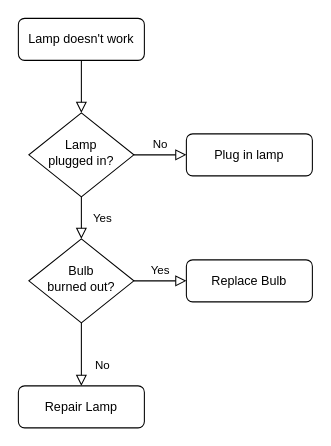
Above: 配置文件模块.drawio in bangyanli/story (draw.io), before the change. Source tidied: cells renumbered, new cells numbered last; positions are measured from the earlier drawing's top-left corner, leaving out a move shared by most shapes. Both pictures are drawn from the tidied source at 105%, with x=0, y=0 at pixel (18, 18).
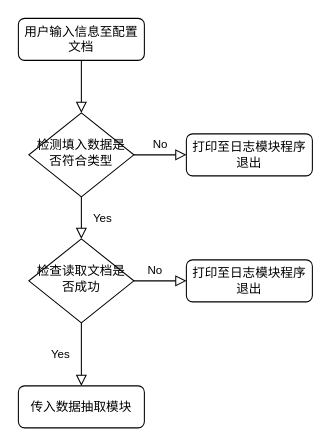
The same page after the edit.

Commit message:
Update 配置文件模块.drawio

Change to the diagram source:
```diff
@@
 <mxGraphModel>
   <root>
     <mxCell id="0" />
     <mxCell id="1" parent="0" />
     <mxCell id="2" style="rounded=0;html=1;jettySize=auto;fontSize=11;endArrow=block;endFill=0;endSize=8;strokeWidth=1;shadow=0;labelBackgroundColor=none;edgeStyle=orthogonalEdgeStyle;" parent="1" edge="1" source="3" target="6">
       <mxGeometry relative="1" as="geometry" />
     </mxCell>
-    <mxCell id="3" value="Lamp doesn't work" style="rounded=1;whiteSpace=wrap;html=1;fontSize=12;glass=0;strokeWidth=1;shadow=0;" parent="1" vertex="1">
+    <mxCell id="3" value="用户输入信息至配置文档" style="rounded=1;whiteSpace=wrap;html=1;fontSize=12;glass=0;strokeWidth=1;shadow=0;" parent="1" vertex="1">
       <mxGeometry width="120" height="40" as="geometry" />
     </mxCell>
     <mxCell id="4" value="Yes" style="rounded=0;html=1;jettySize=auto;fontSize=11;endArrow=block;endFill=0;endSize=8;strokeWidth=1;shadow=0;labelBackgroundColor=none;edgeStyle=orthogonalEdgeStyle;" parent="1" edge="1" source="6" target="10">
       <mxGeometry y="20" relative="1" as="geometry" />
     </mxCell>
     <mxCell id="5" value="No" style="edgeStyle=orthogonalEdgeStyle;rounded=0;html=1;jettySize=auto;fontSize=11;endArrow=block;endFill=0;endSize=8;strokeWidth=1;shadow=0;labelBackgroundColor=none;" parent="1" edge="1" source="6" target="7">
       <mxGeometry y="10" relative="1" as="geometry" />
     </mxCell>
-    <mxCell id="6" value="Lamp&lt;br&gt;plugged in?" style="rhombus;whiteSpace=wrap;html=1;shadow=0;fontFamily=Helvetica;fontSize=12;align=center;strokeWidth=1;spacing=6;spacingTop=-4;" parent="1" vertex="1">
+    <mxCell id="6" value="检测填入数据是否符合类型" style="rhombus;whiteSpace=wrap;html=1;shadow=0;fontFamily=Helvetica;fontSize=12;align=center;strokeWidth=1;spacing=6;spacingTop=-4;" parent="1" vertex="1">
       <mxGeometry x="10" y="90" width="100" height="80" as="geometry" />
     </mxCell>
-    <mxCell id="7" value="Plug in lamp" style="rounded=1;whiteSpace=wrap;html=1;fontSize=12;glass=0;strokeWidth=1;shadow=0;" parent="1" vertex="1">
+    <mxCell id="7" value="打印至日志模块程序退出" style="rounded=1;whiteSpace=wrap;html=1;fontSize=12;glass=0;strokeWidth=1;shadow=0;" parent="1" vertex="1">
       <mxGeometry x="160" y="110" width="120" height="40" as="geometry" />
     </mxCell>
-    <mxCell id="8" value="No" style="rounded=0;html=1;jettySize=auto;fontSize=11;endArrow=block;endFill=0;endSize=8;strokeWidth=1;shadow=0;labelBackgroundColor=none;edgeStyle=orthogonalEdgeStyle;" parent="1" edge="1" source="10" target="11">
-      <mxGeometry x="0.33" y="20" relative="1" as="geometry" />
+    <mxCell id="8" value="Yes" style="rounded=0;html=1;jettySize=auto;fontSize=11;endArrow=block;endFill=0;endSize=8;strokeWidth=1;shadow=0;labelBackgroundColor=none;edgeStyle=orthogonalEdgeStyle;" parent="1" edge="1" source="10" target="11">
+      <mxGeometry y="-20" relative="1" as="geometry" />
     </mxCell>
-    <mxCell id="9" value="Yes" style="edgeStyle=orthogonalEdgeStyle;rounded=0;html=1;jettySize=auto;fontSize=11;endArrow=block;endFill=0;endSize=8;strokeWidth=1;shadow=0;labelBackgroundColor=none;" parent="1" edge="1" source="10" target="12">
-      <mxGeometry y="10" relative="1" as="geometry" />
+    <mxCell id="9" value="No" style="edgeStyle=orthogonalEdgeStyle;rounded=0;html=1;jettySize=auto;fontSize=11;endArrow=block;endFill=0;endSize=8;strokeWidth=1;shadow=0;labelBackgroundColor=none;" parent="1" edge="1" source="10" target="12">
+      <mxGeometry x="-0.2" y="10" relative="1" as="geometry" />
     </mxCell>
-    <mxCell id="10" value="Bulb&lt;br&gt;burned out?" style="rhombus;whiteSpace=wrap;html=1;shadow=0;fontFamily=Helvetica;fontSize=12;align=center;strokeWidth=1;spacing=6;spacingTop=-4;" parent="1" vertex="1">
+    <mxCell id="10" value="检查读取文档是否成功" style="rhombus;whiteSpace=wrap;html=1;shadow=0;fontFamily=Helvetica;fontSize=12;align=center;strokeWidth=1;spacing=6;spacingTop=-4;" parent="1" vertex="1">
       <mxGeometry x="10" y="210" width="100" height="80" as="geometry" />
     </mxCell>
-    <mxCell id="11" value="Repair Lamp" style="rounded=1;whiteSpace=wrap;html=1;fontSize=12;glass=0;strokeWidth=1;shadow=0;" parent="1" vertex="1">
+    <mxCell id="11" value="传入数据抽取模块" style="rounded=1;whiteSpace=wrap;html=1;fontSize=12;glass=0;strokeWidth=1;shadow=0;" parent="1" vertex="1">
       <mxGeometry y="350" width="120" height="40" as="geometry" />
     </mxCell>
-    <mxCell id="12" value="Replace Bulb" style="rounded=1;whiteSpace=wrap;html=1;fontSize=12;glass=0;strokeWidth=1;shadow=0;" parent="1" vertex="1">
+    <mxCell id="12" value="打印至日志模块程序退出" style="rounded=1;whiteSpace=wrap;html=1;fontSize=12;glass=0;strokeWidth=1;shadow=0;" parent="1" vertex="1">
       <mxGeometry x="160" y="230" width="120" height="40" as="geometry" />
     </mxCell>
   </root>
 </mxGraphModel>
```
